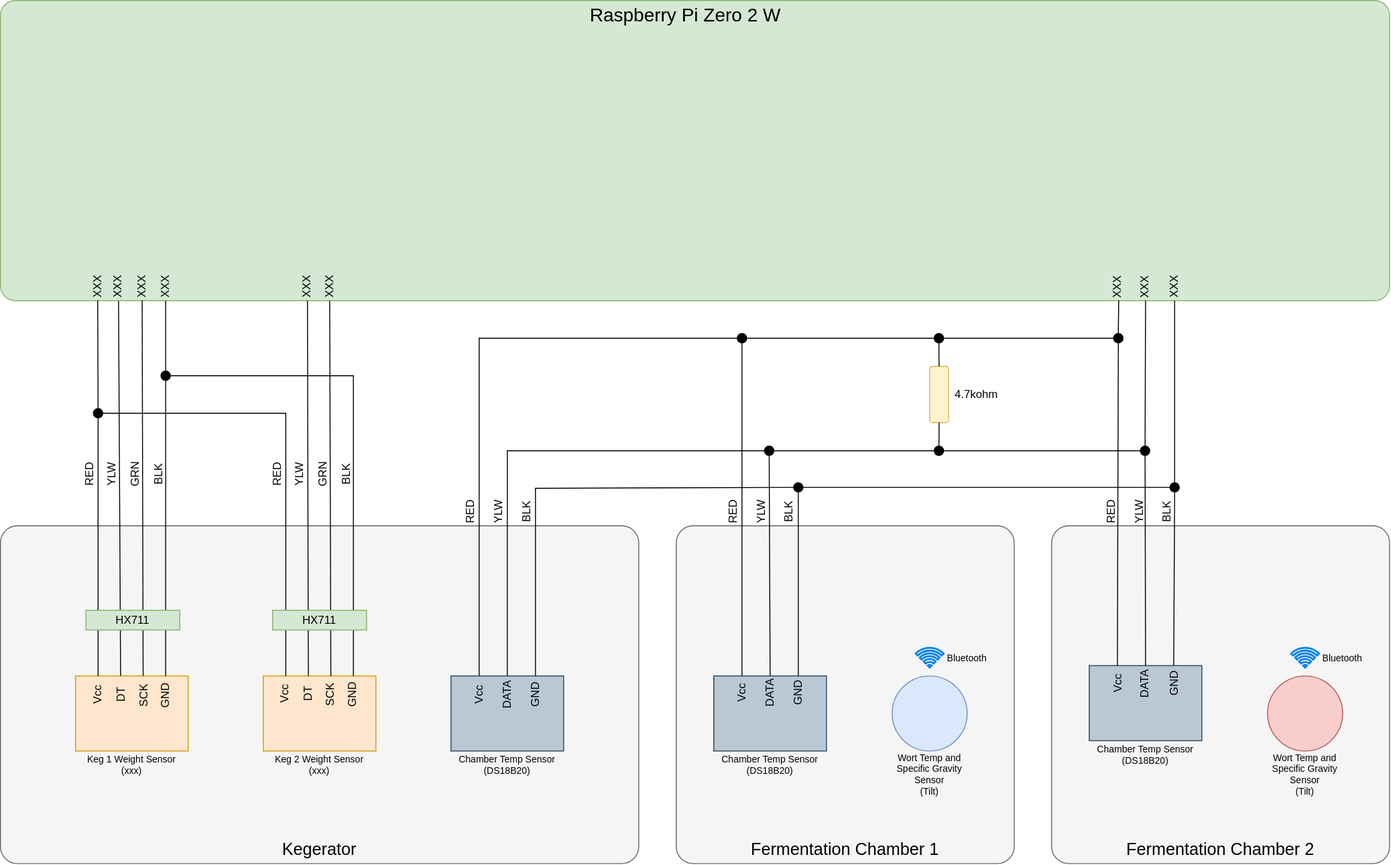
The draw.io diagram BreweryMonitor.drawio.svg in austinshinkle/OB_BreweryMonitor, before a commit. Source tidied: cells renumbered, new cells last; positions are measured from the earlier drawing's top-left corner, leaving out a move shared by most shapes.
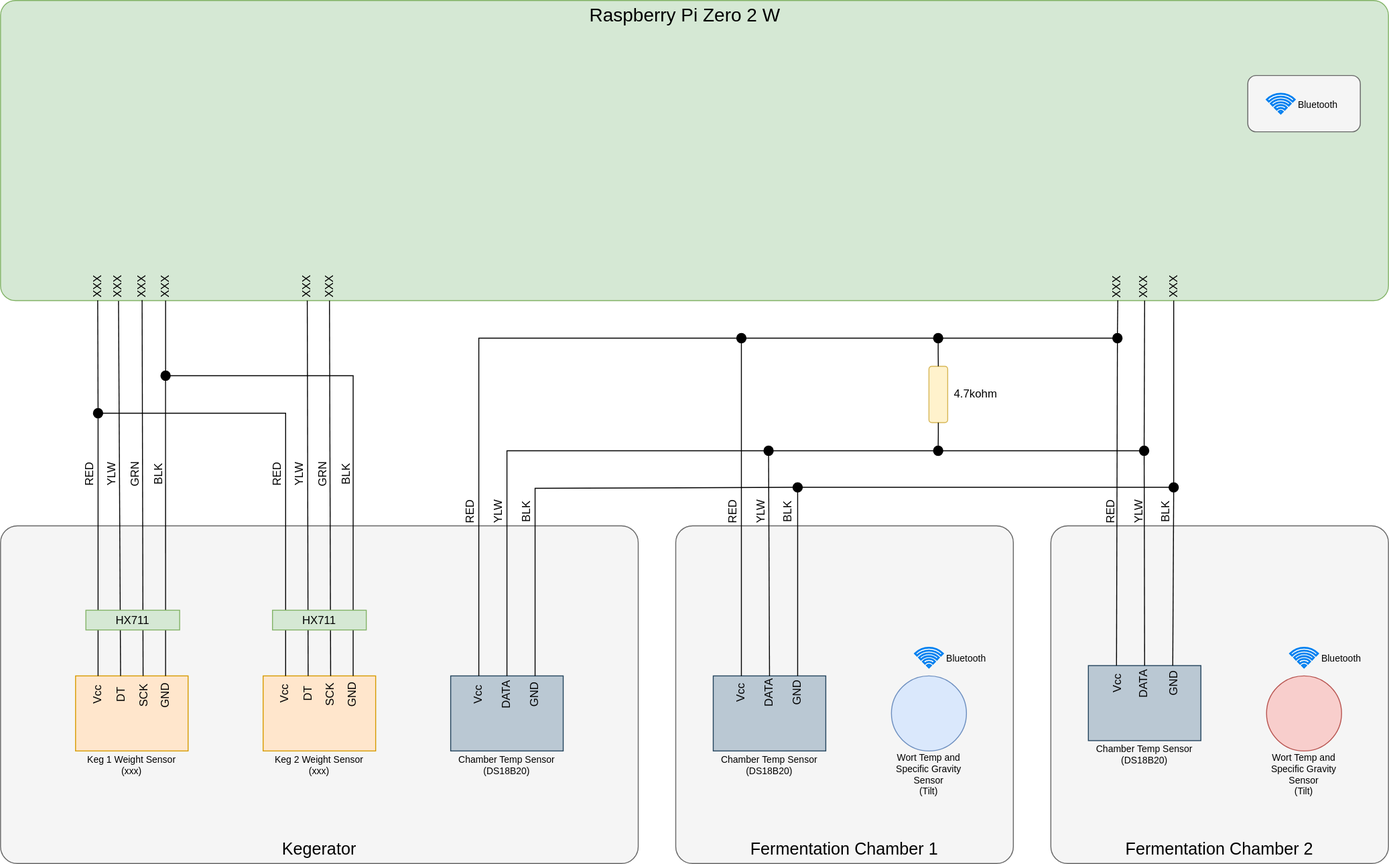
After the commit.

Diff of the diagram source:
```diff
@@ -371,5 +371,14 @@
     <mxCell id="113" value="XXX" style="text;html=1;align=center;verticalAlign=middle;whiteSpace=wrap;rounded=0;horizontal=1;rotation=-90;" parent="1" vertex="1">
       <mxGeometry x="1236" y="300" width="30" height="10" as="geometry" />
     </mxCell>
+    <mxCell id="114" style="rounded=1;whiteSpace=wrap;html=1;fillColor=#f5f5f5;fontColor=#333333;strokeColor=#666666;" parent="1" vertex="1">
+      <mxGeometry x="1330" y="80" width="120" height="60" as="geometry" />
+    </mxCell>
+    <mxCell id="115" style="html=1;verticalLabelPosition=bottom;align=center;labelBackgroundColor=#ffffff;verticalAlign=top;strokeWidth=2;strokeColor=#0080F0;shadow=0;dashed=0;shape=mxgraph.ios7.icons.wifi;" parent="1" vertex="1">
+      <mxGeometry x="1350.3" y="99.5" width="29.7" height="21" as="geometry" />
+    </mxCell>
+    <mxCell id="116" value="Bluetooth" style="text;html=1;align=center;verticalAlign=middle;whiteSpace=wrap;rounded=0;fontSize=10;" parent="1" vertex="1">
+      <mxGeometry x="1380" y="100.5" width="50" height="20" as="geometry" />
+    </mxCell>
   </root>
 </mxGraphModel>
```
